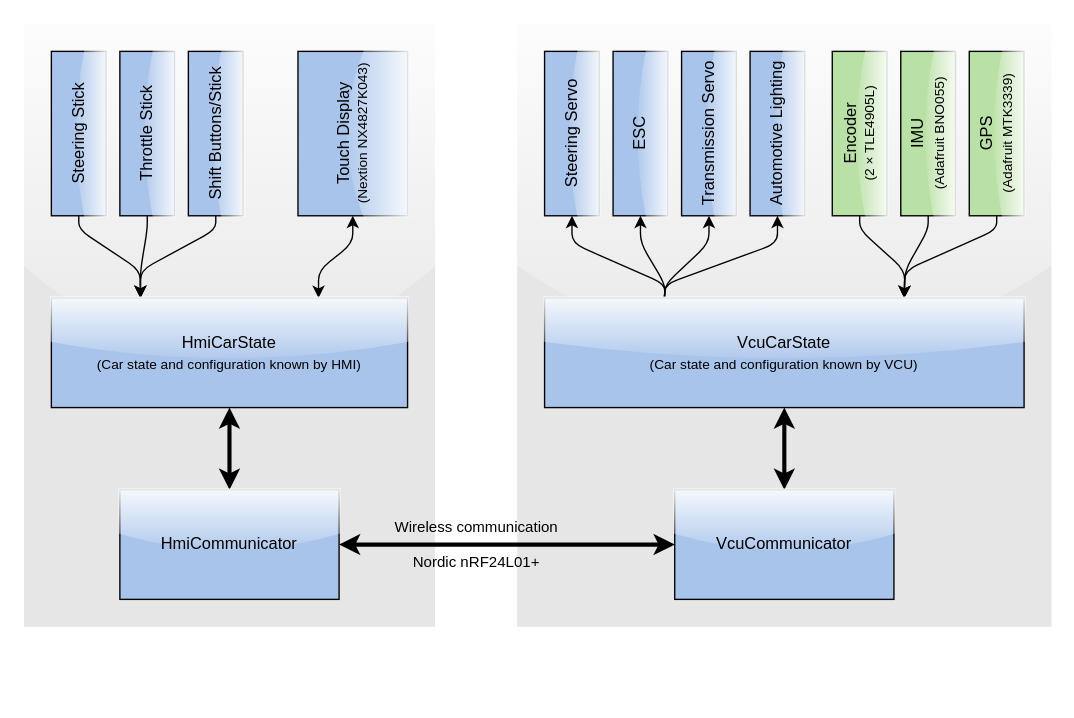
Earlier version of the draw.io diagram documentation/src/images/software-block-diagram.drawio (maartendemunck/earth-rover). Source tidied: cells renumbered, new cells numbered last; positions are measured from the earlier drawing's top-left corner, leaving out a move shared by most shapes. Both pictures are drawn from the tidied source at 137%, with x=0, y=0 at pixel (23, 23).
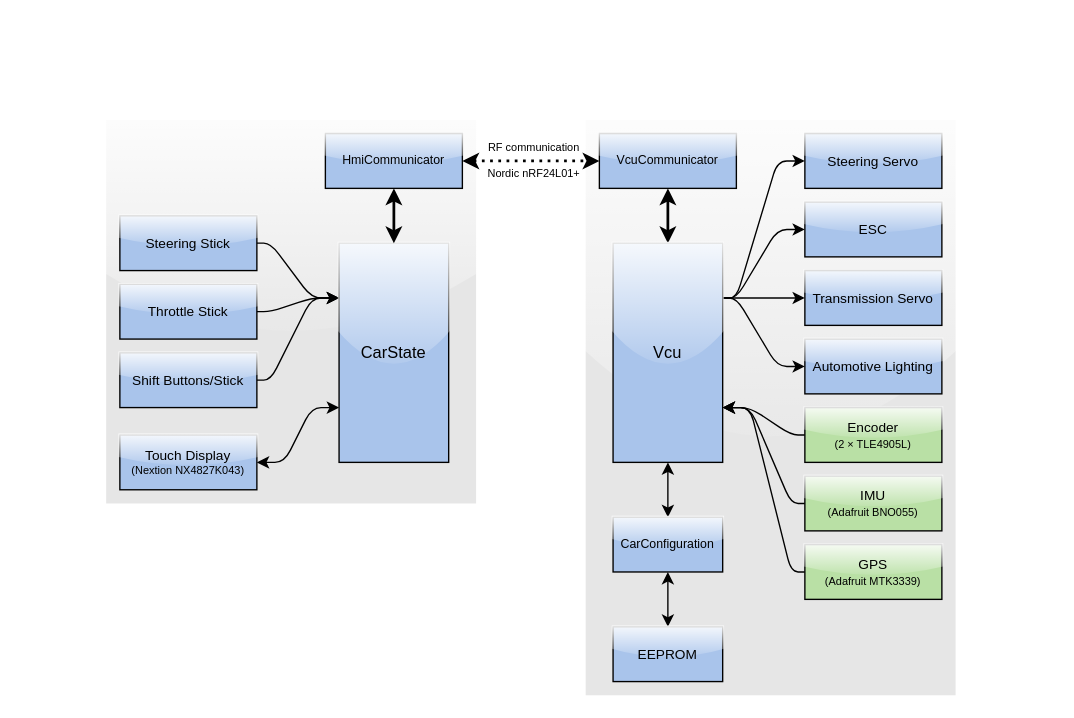
Above is the later version.

Commit message (it also covers changes not shown here):
Update software block diagram

Change to the diagram source:
```diff
@@
     <mxCell id="2" style="rounded=0;whiteSpace=wrap;html=1;fillColor=#E6E6E6;strokeColor=none;fontColor=#333333;glass=1;shadow=0;comic=0;" parent="1" vertex="1">
-      <mxGeometry x="360" width="390" height="440" as="geometry" />
+      <mxGeometry x="410" y="70" width="270" height="420" as="geometry" />
     </mxCell>
     <mxCell id="3" style="rounded=0;whiteSpace=wrap;html=1;fillColor=#E6E6E6;strokeColor=none;fontColor=#333333;glass=1;shadow=0;comic=0;spacing=0;spacingTop=0;spacingLeft=0;" parent="1" vertex="1">
-      <mxGeometry width="300" height="440" as="geometry" />
+      <mxGeometry x="60" y="70" width="270" height="280" as="geometry" />
     </mxCell>
-    <mxCell id="4" style="edgeStyle=none;rounded=1;jettySize=auto;html=1;exitX=1;exitY=0.5;exitDx=0;exitDy=0;entryX=0.75;entryY=0;entryDx=0;entryDy=0;startArrow=classic;startFill=1;strokeWidth=1;" parent="1" edge="1" source="5" target="24">
+    <mxCell id="4" style="edgeStyle=none;rounded=1;jettySize=auto;html=1;exitX=1;exitY=0.5;exitDx=0;exitDy=0;entryX=0;entryY=0.75;entryDx=0;entryDy=0;startArrow=classic;startFill=1;strokeWidth=1;" parent="1" edge="1" source="5" target="24">
       <mxGeometry relative="1" as="geometry">
         <Array as="points">
-          <mxPoint x="240" y="160" />
-          <mxPoint x="215" y="180" />
+          <mxPoint x="190" y="320" />
+          <mxPoint x="210" y="280" />
         </Array>
       </mxGeometry>
     </mxCell>
-    <mxCell id="5" value="&lt;div&gt;Touch Display&lt;/div&gt;&lt;div style=&quot;font-size: 10px&quot;&gt;&lt;font style=&quot;font-size: 10px&quot;&gt;(Nextion NX4827K043)&lt;br&gt;&lt;/font&gt;&lt;/div&gt;" style="rounded=0;whiteSpace=wrap;html=1;fillColor=#A9C4EB;glass=1;direction=south;horizontal=0;" parent="1" vertex="1">
-      <mxGeometry x="200" y="20" width="80" height="120" as="geometry" />
+    <mxCell id="5" value="&lt;div style=&quot;font-size: 10px&quot;&gt;Touch Display&lt;/div&gt;&lt;div style=&quot;font-size: 8px&quot;&gt;&lt;font style=&quot;font-size: 8px&quot;&gt;(Nextion NX4827K043)&lt;br style=&quot;font-size: 10px&quot;&gt;&lt;/font&gt;&lt;/div&gt;" style="rounded=0;whiteSpace=wrap;html=1;fillColor=#A9C4EB;glass=1;direction=east;horizontal=1;fontSize=10;" parent="1" vertex="1">
+      <mxGeometry x="70" y="300" width="100" height="40" as="geometry" />
     </mxCell>
-    <mxCell id="6" style="edgeStyle=none;rounded=1;jettySize=auto;html=1;exitX=1;exitY=0.5;exitDx=0;exitDy=0;entryX=0.25;entryY=0;entryDx=0;entryDy=0;startArrow=none;startFill=0;strokeWidth=1;" parent="1" edge="1" source="7" target="24">
+    <mxCell id="6" style="edgeStyle=none;rounded=1;jettySize=auto;html=1;exitX=1;exitY=0.5;exitDx=0;exitDy=0;entryX=0;entryY=0.25;entryDx=0;entryDy=0;startArrow=none;startFill=0;strokeWidth=1;" parent="1" edge="1" source="7" target="24">
       <mxGeometry relative="1" as="geometry">
         <Array as="points">
-          <mxPoint x="40" y="150" />
-          <mxPoint x="85" y="180" />
+          <mxPoint x="180" y="160" />
+          <mxPoint x="210" y="200" />
         </Array>
       </mxGeometry>
     </mxCell>
-    <mxCell id="7" value="Steering Stick" style="rounded=0;whiteSpace=wrap;html=1;fillColor=#A9C4EB;glass=1;direction=south;horizontal=0;" parent="1" vertex="1">
-      <mxGeometry x="20" y="20" width="40" height="120" as="geometry" />
+    <mxCell id="7" value="Steering Stick" style="rounded=0;whiteSpace=wrap;html=1;fillColor=#A9C4EB;glass=1;direction=east;horizontal=1;fontSize=10;" parent="1" vertex="1">
+      <mxGeometry x="70" y="140" width="100" height="40" as="geometry" />
     </mxCell>
-    <mxCell id="8" style="edgeStyle=none;jettySize=auto;html=1;exitX=0.5;exitY=0;exitDx=0;exitDy=0;entryX=0.5;entryY=1;entryDx=0;entryDy=0;startArrow=classic;startFill=1;strokeWidth=3;rounded=1;" parent="1" edge="1" source="9" target="32">
+    <mxCell id="8" style="edgeStyle=none;jettySize=auto;html=1;exitX=0.5;exitY=1;exitDx=0;exitDy=0;entryX=0.5;entryY=0;entryDx=0;entryDy=0;startArrow=classic;startFill=1;strokeWidth=2;rounded=1;" parent="1" edge="1" source="9" target="32">
       <mxGeometry relative="1" as="geometry" />
     </mxCell>
-    <mxCell id="9" value="&lt;div&gt;VcuCommunicator&lt;/div&gt;" style="rounded=0;whiteSpace=wrap;html=1;fillColor=#A9C4EB;glass=1;" parent="1" vertex="1">
-      <mxGeometry x="475" y="340" width="160" height="80" as="geometry" />
+    <mxCell id="9" value="&lt;div style=&quot;font-size: 9px;&quot;&gt;VcuCommunicator&lt;/div&gt;" style="rounded=0;whiteSpace=wrap;html=1;fillColor=#A9C4EB;glass=1;fontSize=9;" parent="1" vertex="1">
+      <mxGeometry x="420" y="80" width="100" height="40" as="geometry" />
     </mxCell>
-    <mxCell id="10" style="edgeStyle=none;rounded=1;jettySize=auto;html=1;exitX=1;exitY=0.5;exitDx=0;exitDy=0;entryX=0.25;entryY=0;entryDx=0;entryDy=0;startArrow=none;startFill=0;strokeWidth=1;" parent="1" edge="1" source="11" target="24">
+    <mxCell id="10" style="edgeStyle=none;rounded=1;jettySize=auto;html=1;exitX=1;exitY=0.5;exitDx=0;exitDy=0;entryX=0;entryY=0.25;entryDx=0;entryDy=0;startArrow=none;startFill=0;strokeWidth=1;" parent="1" edge="1" source="11" target="24">
       <mxGeometry relative="1" as="geometry">
         <Array as="points">
-          <mxPoint x="90" y="150" />
-          <mxPoint x="85" y="180" />
+          <mxPoint x="180" y="210" />
+          <mxPoint x="210" y="200" />
         </Array>
       </mxGeometry>
     </mxCell>
-    <mxCell id="11" value="Throttle Stick" style="rounded=0;whiteSpace=wrap;html=1;fillColor=#A9C4EB;glass=1;direction=south;horizontal=0;" parent="1" vertex="1">
-      <mxGeometry x="70" y="20" width="40" height="120" as="geometry" />
+    <mxCell id="11" value="Throttle Stick" style="rounded=0;whiteSpace=wrap;html=1;fillColor=#A9C4EB;glass=1;direction=east;horizontal=1;fontSize=10;" parent="1" vertex="1">
+      <mxGeometry x="70" y="190" width="100" height="40" as="geometry" />
     </mxCell>
-    <mxCell id="12" style="edgeStyle=none;rounded=1;jettySize=auto;html=1;exitX=1;exitY=0.5;exitDx=0;exitDy=0;entryX=0.25;entryY=0;entryDx=0;entryDy=0;startArrow=none;startFill=0;strokeWidth=1;" parent="1" edge="1" source="13" target="24">
+    <mxCell id="12" style="edgeStyle=none;rounded=1;jettySize=auto;html=1;exitX=1;exitY=0.5;exitDx=0;exitDy=0;entryX=0;entryY=0.25;entryDx=0;entryDy=0;startArrow=none;startFill=0;strokeWidth=1;" parent="1" edge="1" source="13" target="24">
       <mxGeometry relative="1" as="geometry">
         <Array as="points">
-          <mxPoint x="140" y="150" />
-          <mxPoint x="85" y="180" />
+          <mxPoint x="180" y="260" />
+          <mxPoint x="210" y="200" />
         </Array>
       </mxGeometry>
     </mxCell>
-    <mxCell id="13" value="Shift Buttons/Stick" style="rounded=0;whiteSpace=wrap;html=1;fillColor=#A9C4EB;glass=1;direction=south;horizontal=0;" parent="1" vertex="1">
-      <mxGeometry x="120" y="20" width="40" height="120" as="geometry" />
+    <mxCell id="13" value="Shift Buttons/Stick" style="rounded=0;whiteSpace=wrap;html=1;fillColor=#A9C4EB;glass=1;direction=east;horizontal=1;fontSize=10;" parent="1" vertex="1">
+      <mxGeometry x="70" y="240" width="100" height="40" as="geometry" />
     </mxCell>
-    <mxCell id="14" style="edgeStyle=none;rounded=1;jettySize=auto;html=1;exitX=1;exitY=0.5;exitDx=0;exitDy=0;entryX=0.75;entryY=0;entryDx=0;entryDy=0;startArrow=none;startFill=0;strokeWidth=1;" parent="1" edge="1" source="15" target="32">
+    <mxCell id="14" style="edgeStyle=none;rounded=1;jettySize=auto;html=1;exitX=0;exitY=0.5;exitDx=0;exitDy=0;entryX=1;entryY=0.75;entryDx=0;entryDy=0;startArrow=none;startFill=0;strokeWidth=1;" parent="1" edge="1" source="15" target="32">
       <mxGeometry relative="1" as="geometry">
         <Array as="points">
-          <mxPoint x="610" y="150" />
-          <mxPoint x="643" y="180" />
+          <mxPoint x="560" y="300" />
+          <mxPoint x="530" y="280" />
         </Array>
       </mxGeometry>
     </mxCell>
-    <mxCell id="15" value="&lt;div&gt;Encoder&lt;/div&gt;&lt;div style=&quot;font-size: 10px&quot;&gt;(2 × TLE4905L)&lt;/div&gt;" style="rounded=0;whiteSpace=wrap;html=1;fillColor=#B9E0A5;glass=1;direction=south;horizontal=0;" parent="1" vertex="1">
-      <mxGeometry x="590" y="20" width="40" height="120" as="geometry" />
+    <mxCell id="15" value="&lt;div style=&quot;font-size: 10px&quot;&gt;Encoder&lt;/div&gt;&lt;div style=&quot;font-size: 10px&quot;&gt;&lt;font style=&quot;font-size: 8px&quot;&gt;(2 × TLE4905L)&lt;/font&gt;&lt;/div&gt;" style="rounded=0;whiteSpace=wrap;html=1;fillColor=#B9E0A5;glass=1;direction=east;horizontal=1;fontSize=10;" parent="1" vertex="1">
+      <mxGeometry x="570" y="280" width="100" height="40" as="geometry" />
     </mxCell>
-    <mxCell id="16" style="edgeStyle=none;rounded=1;jettySize=auto;html=1;exitX=1;exitY=0.5;exitDx=0;exitDy=0;startArrow=none;startFill=0;strokeWidth=1;entryX=0.75;entryY=0;entryDx=0;entryDy=0;" parent="1" edge="1" source="17" target="32">
+    <mxCell id="16" style="edgeStyle=none;rounded=1;jettySize=auto;html=1;exitX=0;exitY=0.5;exitDx=0;exitDy=0;startArrow=none;startFill=0;strokeWidth=1;entryX=1;entryY=0.75;entryDx=0;entryDy=0;" parent="1" edge="1" source="17" target="32">
       <mxGeometry relative="1" as="geometry">
         <Array as="points">
-          <mxPoint x="660" y="150" />
-          <mxPoint x="643" y="180" />
+          <mxPoint x="560" y="350" />
+          <mxPoint x="530" y="280" />
         </Array>
       </mxGeometry>
     </mxCell>
-    <mxCell id="17" value="&lt;div&gt;IMU&lt;/div&gt;&lt;font style=&quot;font-size: 10px&quot;&gt;(Adafruit BNO055)&lt;/font&gt;" style="rounded=0;whiteSpace=wrap;html=1;fillColor=#B9E0A5;glass=1;direction=south;horizontal=0;" parent="1" vertex="1">
-      <mxGeometry x="640" y="20" width="40" height="120" as="geometry" />
+    <mxCell id="17" value="&lt;div style=&quot;font-size: 10px&quot;&gt;IMU&lt;/div&gt;&lt;font style=&quot;font-size: 8px&quot;&gt;(Adafruit BNO055)&lt;/font&gt;" style="rounded=0;whiteSpace=wrap;html=1;fillColor=#B9E0A5;glass=1;direction=east;horizontal=1;fontSize=10;" parent="1" vertex="1">
+      <mxGeometry x="570" y="330" width="100" height="40" as="geometry" />
     </mxCell>
-    <mxCell id="18" style="edgeStyle=none;rounded=1;jettySize=auto;html=1;exitX=1;exitY=0.5;exitDx=0;exitDy=0;startArrow=none;startFill=0;strokeWidth=1;entryX=0.75;entryY=0;entryDx=0;entryDy=0;" parent="1" edge="1" source="19" target="32">
+    <mxCell id="18" style="edgeStyle=none;rounded=1;jettySize=auto;html=1;exitX=0;exitY=0.5;exitDx=0;exitDy=0;startArrow=none;startFill=0;strokeWidth=1;entryX=1;entryY=0.75;entryDx=0;entryDy=0;" parent="1" edge="1" source="19" target="32">
       <mxGeometry relative="1" as="geometry">
         <Array as="points">
-          <mxPoint x="710" y="150" />
-          <mxPoint x="643" y="180" />
+          <mxPoint x="560" y="400" />
+          <mxPoint x="530" y="280" />
         </Array>
       </mxGeometry>
     </mxCell>
-    <mxCell id="19" value="&lt;div&gt;GPS&lt;/div&gt;&lt;div&gt;&lt;font style=&quot;font-size: 10px&quot;&gt;(Adafruit MTK3339)&lt;/font&gt;&lt;br&gt;&lt;/div&gt;" style="rounded=0;whiteSpace=wrap;html=1;fillColor=#B9E0A5;glass=1;direction=south;horizontal=0;" parent="1" vertex="1">
-      <mxGeometry x="690" y="20" width="40" height="120" as="geometry" />
+    <mxCell id="19" value="&lt;div style=&quot;font-size: 10px&quot;&gt;GPS&lt;/div&gt;&lt;div style=&quot;font-size: 10px&quot;&gt;&lt;font style=&quot;font-size: 8px&quot;&gt;(Adafruit MTK3339)&lt;/font&gt;&lt;br style=&quot;font-size: 10px&quot;&gt;&lt;/div&gt;" style="rounded=0;whiteSpace=wrap;html=1;fillColor=#B9E0A5;glass=1;direction=east;horizontal=1;fontSize=10;" parent="1" vertex="1">
+      <mxGeometry x="570" y="380" width="100" height="40" as="geometry" />
     </mxCell>
-    <mxCell id="20" value="&lt;div&gt;ESC&lt;/div&gt;" style="rounded=0;whiteSpace=wrap;html=1;fillColor=#A9C4EB;glass=1;direction=south;horizontal=0;" parent="1" vertex="1">
-      <mxGeometry x="430" y="20" width="40" height="120" as="geometry" />
+    <mxCell id="20" value="&lt;div style=&quot;font-size: 10px;&quot;&gt;ESC&lt;/div&gt;" style="rounded=0;whiteSpace=wrap;html=1;fillColor=#A9C4EB;glass=1;direction=east;horizontal=1;fontSize=10;" parent="1" vertex="1">
+      <mxGeometry x="570" y="130" width="100" height="40" as="geometry" />
     </mxCell>
-    <mxCell id="21" value="&lt;div&gt;Steering Servo&lt;/div&gt;" style="rounded=0;whiteSpace=wrap;html=1;fillColor=#A9C4EB;glass=1;direction=south;horizontal=0;" parent="1" vertex="1">
-      <mxGeometry x="380" y="20" width="40" height="120" as="geometry" />
+    <mxCell id="21" value="&lt;div style=&quot;font-size: 10px;&quot;&gt;Steering Servo&lt;/div&gt;" style="rounded=0;whiteSpace=wrap;html=1;fillColor=#A9C4EB;glass=1;direction=east;horizontal=1;fontSize=10;" parent="1" vertex="1">
+      <mxGeometry x="570" y="80" width="100" height="40" as="geometry" />
     </mxCell>
-    <mxCell id="22" value="&lt;div&gt;Transmission Servo&lt;/div&gt;" style="rounded=0;whiteSpace=wrap;html=1;fillColor=#A9C4EB;glass=1;direction=south;horizontal=0;" parent="1" vertex="1">
-      <mxGeometry x="480" y="20" width="40" height="120" as="geometry" />
+    <mxCell id="22" value="&lt;div style=&quot;font-size: 10px;&quot;&gt;Transmission Servo&lt;/div&gt;" style="rounded=0;whiteSpace=wrap;html=1;fillColor=#A9C4EB;glass=1;direction=east;horizontal=1;fontSize=10;" parent="1" vertex="1">
+      <mxGeometry x="570" y="180" width="100" height="40" as="geometry" />
     </mxCell>
-    <mxCell id="23" value="&lt;div&gt;Automotive Lighting&lt;/div&gt;" style="rounded=0;whiteSpace=wrap;html=1;fillColor=#A9C4EB;glass=1;direction=south;horizontal=0;" parent="1" vertex="1">
-      <mxGeometry x="530" y="20" width="40" height="120" as="geometry" />
+    <mxCell id="23" value="&lt;div style=&quot;font-size: 10px;&quot;&gt;Automotive Lighting&lt;/div&gt;" style="rounded=0;whiteSpace=wrap;html=1;fillColor=#A9C4EB;glass=1;direction=east;horizontal=1;fontSize=10;" parent="1" vertex="1">
+      <mxGeometry x="570" y="230" width="100" height="40" as="geometry" />
     </mxCell>
-    <mxCell id="24" value="&lt;div&gt;HmiCarState&lt;/div&gt;&lt;div&gt;&lt;font style=&quot;font-size: 10px&quot;&gt;(Car state and configuration known by HMI)&lt;/font&gt;&lt;br&gt;&lt;/div&gt;" style="rounded=0;whiteSpace=wrap;html=1;fillColor=#A9C4EB;glass=1;" parent="1" vertex="1">
-      <mxGeometry x="20" y="200" width="260" height="80" as="geometry" />
+    <mxCell id="24" value="&lt;div&gt;CarState&lt;/div&gt;" style="rounded=0;whiteSpace=wrap;html=1;fillColor=#A9C4EB;glass=1;direction=east;" parent="1" vertex="1">
+      <mxGeometry x="230" y="160" width="80" height="160" as="geometry" />
     </mxCell>
-    <mxCell id="25" value="&lt;div&gt;Wireless communication&lt;/div&gt;&lt;div&gt;&lt;br&gt;&lt;/div&gt;&lt;div&gt;Nordic nRF24L01+&lt;br&gt;&lt;/div&gt;" style="edgeStyle=none;rounded=1;jettySize=auto;html=1;exitX=1;exitY=0.5;exitDx=0;exitDy=0;entryX=0;entryY=0.5;entryDx=0;entryDy=0;startArrow=classic;startFill=1;strokeWidth=3;labelBackgroundColor=none;" parent="1" edge="1" source="27" target="9">
-      <mxGeometry x="-0.18" relative="1" as="geometry" />
+    <mxCell id="25" value="&lt;div style=&quot;font-size: 8px&quot;&gt;RF communication&lt;/div&gt;&lt;div style=&quot;font-size: 8px&quot;&gt;&lt;br style=&quot;font-size: 8px&quot;&gt;&lt;/div&gt;&lt;div style=&quot;font-size: 8px&quot;&gt;Nordic nRF24L01+&lt;br style=&quot;font-size: 8px&quot;&gt;&lt;/div&gt;" style="edgeStyle=none;rounded=0;jettySize=auto;html=1;exitX=1;exitY=0.5;exitDx=0;exitDy=0;entryX=0;entryY=0.5;entryDx=0;entryDy=0;startArrow=classic;startFill=1;strokeWidth=2;labelBackgroundColor=none;fontSize=8;dashed=1;dashPattern=1 2;" parent="1" edge="1" source="27" target="9">
+      <mxGeometry x="0.04" relative="1" as="geometry" />
     </mxCell>
-    <mxCell id="26" style="edgeStyle=none;jettySize=auto;html=1;exitX=0.5;exitY=0;exitDx=0;exitDy=0;entryX=0.5;entryY=1;entryDx=0;entryDy=0;startArrow=classic;startFill=1;strokeWidth=3;rounded=1;" parent="1" edge="1" source="27" target="24">
+    <mxCell id="26" style="edgeStyle=none;jettySize=auto;html=1;exitX=0.5;exitY=1;exitDx=0;exitDy=0;startArrow=classic;startFill=1;strokeWidth=2;rounded=1;entryX=0.5;entryY=0;entryDx=0;entryDy=0;" parent="1" edge="1" source="27" target="24">
       <mxGeometry relative="1" as="geometry" />
     </mxCell>
-    <mxCell id="27" value="&lt;div&gt;HmiCommunicator&lt;/div&gt;" style="rounded=0;whiteSpace=wrap;html=1;fillColor=#A9C4EB;glass=1;" parent="1" vertex="1">
-      <mxGeometry x="70" y="340" width="160" height="80" as="geometry" />
+    <mxCell id="27" value="&lt;div style=&quot;font-size: 9px;&quot;&gt;HmiCommunicator&lt;/div&gt;" style="rounded=0;whiteSpace=wrap;html=1;fillColor=#A9C4EB;glass=1;fontSize=9;" parent="1" vertex="1">
+      <mxGeometry x="220" y="80" width="100" height="40" as="geometry" />
     </mxCell>
-    <mxCell id="28" style="edgeStyle=none;rounded=1;jettySize=auto;html=1;exitX=0.25;exitY=0;exitDx=0;exitDy=0;entryX=1;entryY=0.5;entryDx=0;entryDy=0;startArrow=none;startFill=0;strokeWidth=1;" parent="1" edge="1" source="32" target="21">
+    <mxCell id="28" style="edgeStyle=none;rounded=1;jettySize=auto;html=1;exitX=1;exitY=0.25;exitDx=0;exitDy=0;entryX=0;entryY=0.5;entryDx=0;entryDy=0;startArrow=none;startFill=0;strokeWidth=1;" parent="1" edge="1" source="32" target="21">
       <mxGeometry relative="1" as="geometry">
         <Array as="points">
-          <mxPoint x="468" y="190" />
-          <mxPoint x="400" y="160" />
+          <mxPoint x="520" y="200" />
+          <mxPoint x="550" y="100" />
         </Array>
       </mxGeometry>
     </mxCell>
-    <mxCell id="29" style="edgeStyle=none;rounded=1;jettySize=auto;html=1;exitX=0.25;exitY=0;exitDx=0;exitDy=0;entryX=1;entryY=0.5;entryDx=0;entryDy=0;startArrow=none;startFill=0;strokeWidth=1;" parent="1" edge="1" source="32" target="20">
+    <mxCell id="29" style="edgeStyle=none;rounded=1;jettySize=auto;html=1;exitX=1;exitY=0.25;exitDx=0;exitDy=0;entryX=0;entryY=0.5;entryDx=0;entryDy=0;startArrow=none;startFill=0;strokeWidth=1;" parent="1" edge="1" source="32" target="20">
       <mxGeometry relative="1" as="geometry">
         <Array as="points">
-          <mxPoint x="468" y="190" />
-          <mxPoint x="450" y="160" />
+          <mxPoint x="520" y="200" />
+          <mxPoint x="550" y="150" />
         </Array>
       </mxGeometry>
     </mxCell>
-    <mxCell id="30" style="edgeStyle=none;rounded=1;jettySize=auto;html=1;exitX=0.25;exitY=0;exitDx=0;exitDy=0;entryX=1;entryY=0.5;entryDx=0;entryDy=0;startArrow=none;startFill=0;strokeWidth=1;" parent="1" edge="1" source="32" target="22">
-      <mxGeometry relative="1" as="geometry">
-        <Array as="points">
-          <mxPoint x="468" y="190" />
-          <mxPoint x="500" y="160" />
-        </Array>
-      </mxGeometry>
+    <mxCell id="30" style="edgeStyle=none;rounded=1;jettySize=auto;html=1;exitX=1;exitY=0.25;exitDx=0;exitDy=0;entryX=0;entryY=0.5;entryDx=0;entryDy=0;startArrow=none;startFill=0;strokeWidth=1;" parent="1" edge="1" source="32" target="22">
+      <mxGeometry relative="1" as="geometry" />
     </mxCell>
-    <mxCell id="31" style="edgeStyle=none;rounded=1;jettySize=auto;html=1;exitX=0.25;exitY=0;exitDx=0;exitDy=0;entryX=1;entryY=0.5;entryDx=0;entryDy=0;startArrow=none;startFill=0;strokeWidth=1;" parent="1" edge="1" source="32" target="23">
+    <mxCell id="31" style="edgeStyle=none;rounded=1;jettySize=auto;html=1;exitX=1;exitY=0.25;exitDx=0;exitDy=0;entryX=0;entryY=0.5;entryDx=0;entryDy=0;startArrow=none;startFill=0;strokeWidth=1;" parent="1" edge="1" source="32" target="23">
       <mxGeometry relative="1" as="geometry">
         <Array as="points">
-          <mxPoint x="468" y="190" />
-          <mxPoint x="550" y="160" />
+          <mxPoint x="520" y="200" />
+          <mxPoint x="550" y="250" />
         </Array>
       </mxGeometry>
     </mxCell>
+    <mxCell id="33" style="edgeStyle=none;rounded=0;jettySize=auto;html=1;exitX=0.5;exitY=1;exitDx=0;exitDy=0;entryX=0.5;entryY=0;entryDx=0;entryDy=0;startArrow=classic;startFill=1;" parent="1" edge="1" source="32" target="35">
+      <mxGeometry relative="1" as="geometry" />
+    </mxCell>
-    <mxCell id="32" value="&lt;div&gt;VcuCarState&lt;/div&gt;&lt;div&gt;&lt;font style=&quot;font-size: 10px&quot;&gt;(Car state and configuration known by VCU)&lt;/font&gt;&lt;br&gt;&lt;/div&gt;" style="rounded=0;whiteSpace=wrap;html=1;fillColor=#A9C4EB;glass=1;" parent="1" vertex="1">
-      <mxGeometry x="380" y="200" width="350" height="80" as="geometry" />
+    <mxCell id="32" value="&lt;div&gt;Vcu&lt;/div&gt;" style="rounded=0;whiteSpace=wrap;html=1;fillColor=#A9C4EB;glass=1;" parent="1" vertex="1">
+      <mxGeometry x="430" y="160" width="80" height="160" as="geometry" />
     </mxCell>
+    <mxCell id="34" style="edgeStyle=none;rounded=0;jettySize=auto;html=1;exitX=0.5;exitY=1;exitDx=0;exitDy=0;entryX=0.5;entryY=0;entryDx=0;entryDy=0;startArrow=classic;startFill=1;strokeWidth=1;fontSize=10;" parent="1" edge="1" source="35" target="36">
+      <mxGeometry relative="1" as="geometry" />
+    </mxCell>
+    <mxCell id="35" value="&lt;div style=&quot;font-size: 9px;&quot;&gt;CarConfiguration&lt;/div&gt;" style="rounded=0;whiteSpace=wrap;html=1;fillColor=#A9C4EB;glass=1;fontSize=9;" parent="1" vertex="1">
+      <mxGeometry x="430" y="360" width="80" height="40" as="geometry" />
+    </mxCell>
+    <mxCell id="36" value="&lt;div style=&quot;font-size: 10px;&quot;&gt;EEPROM&lt;/div&gt;" style="rounded=0;whiteSpace=wrap;html=1;fillColor=#A9C4EB;glass=1;direction=east;horizontal=1;fontSize=10;" parent="1" vertex="1">
+      <mxGeometry x="430" y="440" width="80" height="40" as="geometry" />
+    </mxCell>
+    <mxCell id="37" style="edgeStyle=none;rounded=0;orthogonalLoop=1;jettySize=auto;html=1;exitX=0;exitY=0.5;exitDx=0;exitDy=0;startArrow=classic;startFill=1;" parent="1" edge="1" source="27" target="27">
+      <mxGeometry relative="1" as="geometry" />
+    </mxCell>
```
